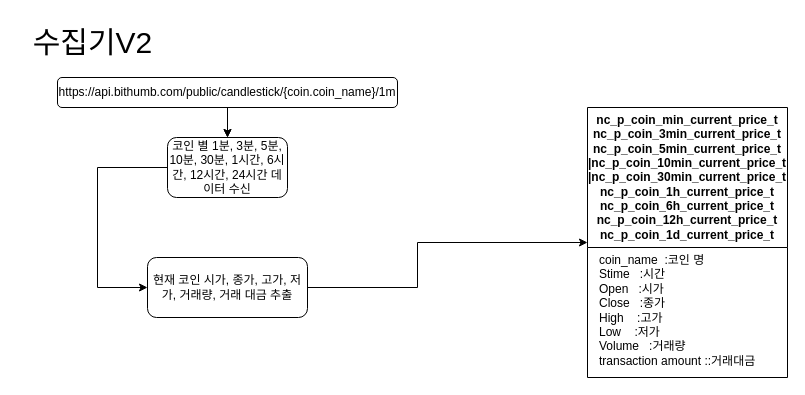
Earlier version of the draw.io diagram page "페이지-2" (2 of 4) of coin 조건 탐색.drawio (pkwoo9348/flowchartKP). Source tidied: cells renumbered, new cells numbered last; positions are measured from the earlier drawing's top-left corner, leaving out a move shared by most shapes. Both pictures are drawn from the tidied source at 100%, with x=0, y=0 at pixel (17, 17).
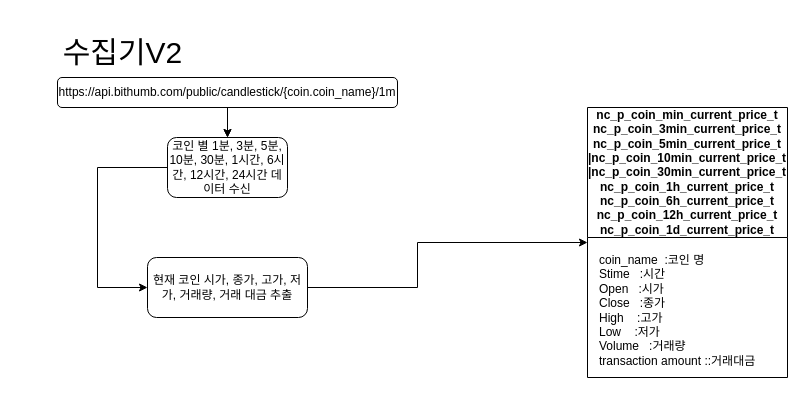
The same page after the edit.

The edit, as a diff of the source:
```diff
@@
 <mxGraphModel>
   <root>
     <mxCell id="0" />
     <mxCell id="1" parent="0" />
     <mxCell id="2" value="&lt;font style=&quot;font-size: 30px;&quot;&gt;수집기V2&lt;/font&gt;" style="text;html=1;align=center;verticalAlign=middle;strokeColor=none;fillColor=none;" parent="1" vertex="1">
-      <mxGeometry width="150" height="50" as="geometry" />
+      <mxGeometry x="30" y="10" width="150" height="50" as="geometry" />
     </mxCell>
     <mxCell id="3" style="edgeStyle=orthogonalEdgeStyle;rounded=0;jettySize=auto;html=1;" parent="1" edge="1" source="4" target="5">
       <mxGeometry relative="1" as="geometry" />
     </mxCell>
     <mxCell id="4" value="https://api.bithumb.com/public/candlestick/{coin.coin_name}/1m" style="rounded=1;whiteSpace=wrap;html=1;" parent="1" vertex="1">
       <mxGeometry x="40" y="60" width="340" height="30" as="geometry" />
     </mxCell>
     <mxCell id="5" value="코인 별 1분, 3분, 5분, 10분, 30분, 1시간, 6시간, 12시간, 24시간 데이터 수신" style="rounded=1;whiteSpace=wrap;html=1;" parent="1" vertex="1">
       <mxGeometry x="150" y="120" width="120" height="60" as="geometry" />
     </mxCell>
     <mxCell id="6" value="&lt;div&gt;현재 코인 시가, 종가, 고가, 저가, 거래량, 거&lt;span style=&quot;background-color: initial;&quot;&gt;래 대금 추출&lt;/span&gt;&lt;/div&gt;" style="rounded=1;whiteSpace=wrap;html=1;" parent="1" vertex="1">
       <mxGeometry x="130" y="240" width="160" height="60" as="geometry" />
     </mxCell>
-    <mxCell id="7" value="&lt;div&gt;nc_p_coin_min_current_price_t&lt;/div&gt;&lt;div&gt;nc_p_coin_3min_current_price_t&lt;/div&gt;&lt;div&gt;nc_p_coin_5min_current_price_t&lt;/div&gt;&lt;div&gt;|nc_p_coin_10min_current_price_t&lt;/div&gt;&lt;div&gt;|nc_p_coin_30min_current_price_t&lt;/div&gt;&lt;div&gt;nc_p_coin_1h_current_price_t&lt;/div&gt;&lt;div&gt;nc_p_coin_6h_current_price_t&lt;/div&gt;&lt;div&gt;nc_p_coin_12h_current_price_t&lt;/div&gt;&lt;div&gt;nc_p_coin_1d_current_price_t&lt;/div&gt;" style="swimlane;whiteSpace=wrap;html=1;startSize=140;" parent="1" vertex="1">
+    <mxCell id="7" value="&lt;div&gt;nc_p_coin_min_current_price_t&lt;/div&gt;&lt;div&gt;nc_p_coin_3min_current_price_t&lt;/div&gt;&lt;div&gt;nc_p_coin_5min_current_price_t&lt;/div&gt;&lt;div&gt;|nc_p_coin_10min_current_price_t&lt;/div&gt;&lt;div&gt;|nc_p_coin_30min_current_price_t&lt;/div&gt;&lt;div&gt;nc_p_coin_1h_current_price_t&lt;/div&gt;&lt;div&gt;nc_p_coin_6h_current_price_t&lt;/div&gt;&lt;div&gt;nc_p_coin_12h_current_price_t&lt;/div&gt;&lt;div&gt;nc_p_coin_1d_current_price_t&lt;/div&gt;" style="swimlane;whiteSpace=wrap;html=1;startSize=130;" parent="1" vertex="1">
       <mxGeometry x="570" y="90" width="200" height="270" as="geometry" />
     </mxCell>
     <mxCell id="8" value="&lt;div&gt;coin_name&lt;span style=&quot;white-space: pre;&quot;&gt; &lt;/span&gt;&lt;span style=&quot;white-space: pre;&quot;&gt; &lt;/span&gt;:코인 명&lt;/div&gt;&lt;div&gt;&lt;span style=&quot;background-color: initial;&quot;&gt;Stime&lt;span style=&quot;white-space: pre;&quot;&gt; &lt;/span&gt;&lt;span style=&quot;white-space: pre;&quot;&gt; &lt;/span&gt;&lt;span style=&quot;white-space: pre;&quot;&gt; &lt;/span&gt;:&lt;/span&gt;&lt;span style=&quot;background-color: initial;&quot;&gt;시간&lt;/span&gt;&lt;/div&gt;&lt;div&gt;Open&lt;span style=&quot;white-space: pre;&quot;&gt; &lt;/span&gt;&lt;span style=&quot;white-space: pre;&quot;&gt; &lt;/span&gt;&lt;span style=&quot;white-space: pre;&quot;&gt; &lt;/span&gt;:&lt;span style=&quot;background-color: initial;&quot;&gt;시가&lt;/span&gt;&lt;/div&gt;&lt;div&gt;Close&lt;span style=&quot;white-space: pre;&quot;&gt; &lt;/span&gt;&lt;span style=&quot;white-space: pre;&quot;&gt; &lt;/span&gt;&lt;span style=&quot;white-space: pre;&quot;&gt; &lt;/span&gt;:&lt;span style=&quot;background-color: initial;&quot;&gt;종가&lt;/span&gt;&lt;/div&gt;&lt;div&gt;High&lt;span style=&quot;white-space: pre;&quot;&gt; &lt;/span&gt;&lt;span style=&quot;white-space: pre;&quot;&gt; &lt;/span&gt;&lt;span style=&quot;white-space: pre;&quot;&gt; &lt;/span&gt;&lt;span style=&quot;white-space: pre;&quot;&gt; &lt;/span&gt;:&lt;span style=&quot;background-color: initial;&quot;&gt;고가&lt;/span&gt;&lt;/div&gt;&lt;div&gt;Low&lt;span style=&quot;white-space: pre;&quot;&gt; &lt;/span&gt;&lt;span style=&quot;white-space: pre;&quot;&gt; &lt;/span&gt;&lt;span style=&quot;white-space: pre;&quot;&gt; &lt;/span&gt;&lt;span style=&quot;white-space: pre;&quot;&gt; &lt;/span&gt;:&lt;span style=&quot;background-color: initial;&quot;&gt;저가&lt;/span&gt;&lt;/div&gt;&lt;div&gt;Volume&lt;span style=&quot;white-space: pre;&quot;&gt; &lt;/span&gt;&lt;span style=&quot;white-space: pre;&quot;&gt; &lt;/span&gt;&lt;span style=&quot;white-space: pre;&quot;&gt; &lt;/span&gt;:&lt;span style=&quot;background-color: initial;&quot;&gt;거래량&lt;/span&gt;&lt;/div&gt;&lt;div&gt;transaction amount ::거래대금&lt;/div&gt;" style="text;html=1;align=left;verticalAlign=middle;strokeColor=none;fillColor=none;" parent="1" vertex="1">
       <mxGeometry x="580" y="228" width="180" height="130" as="geometry" />
     </mxCell>
     <mxCell id="9" style="endArrow=classic;html=1;rounded=0;entryX=0;entryY=0.5;entryDx=0;entryDy=0;exitX=0;exitY=0.5;exitDx=0;exitDy=0;" parent="1" edge="1" source="5" target="6">
       <mxGeometry relative="1" as="geometry">
         <Array as="points">
           <mxPoint x="80" y="150" />
           <mxPoint x="80" y="270" />
         </Array>
       </mxGeometry>
     </mxCell>
     <mxCell id="10" style="endArrow=classic;html=1;rounded=0;exitX=0.5;exitY=1;exitDx=0;exitDy=0;entryX=0.5;entryY=0;entryDx=0;entryDy=0;" parent="1" edge="1" source="4" target="5">
       <mxGeometry relative="1" as="geometry" />
     </mxCell>
     <mxCell id="11" style="endArrow=classic;html=1;rounded=0;exitX=1;exitY=0.5;exitDx=0;exitDy=0;entryX=0;entryY=0.5;entryDx=0;entryDy=0;" parent="1" edge="1" source="6" target="7">
       <mxGeometry relative="1" as="geometry">
         <Array as="points">
           <mxPoint x="400" y="270" />
           <mxPoint x="400" y="225" />
         </Array>
       </mxGeometry>
     </mxCell>
   </root>
 </mxGraphModel>
```
